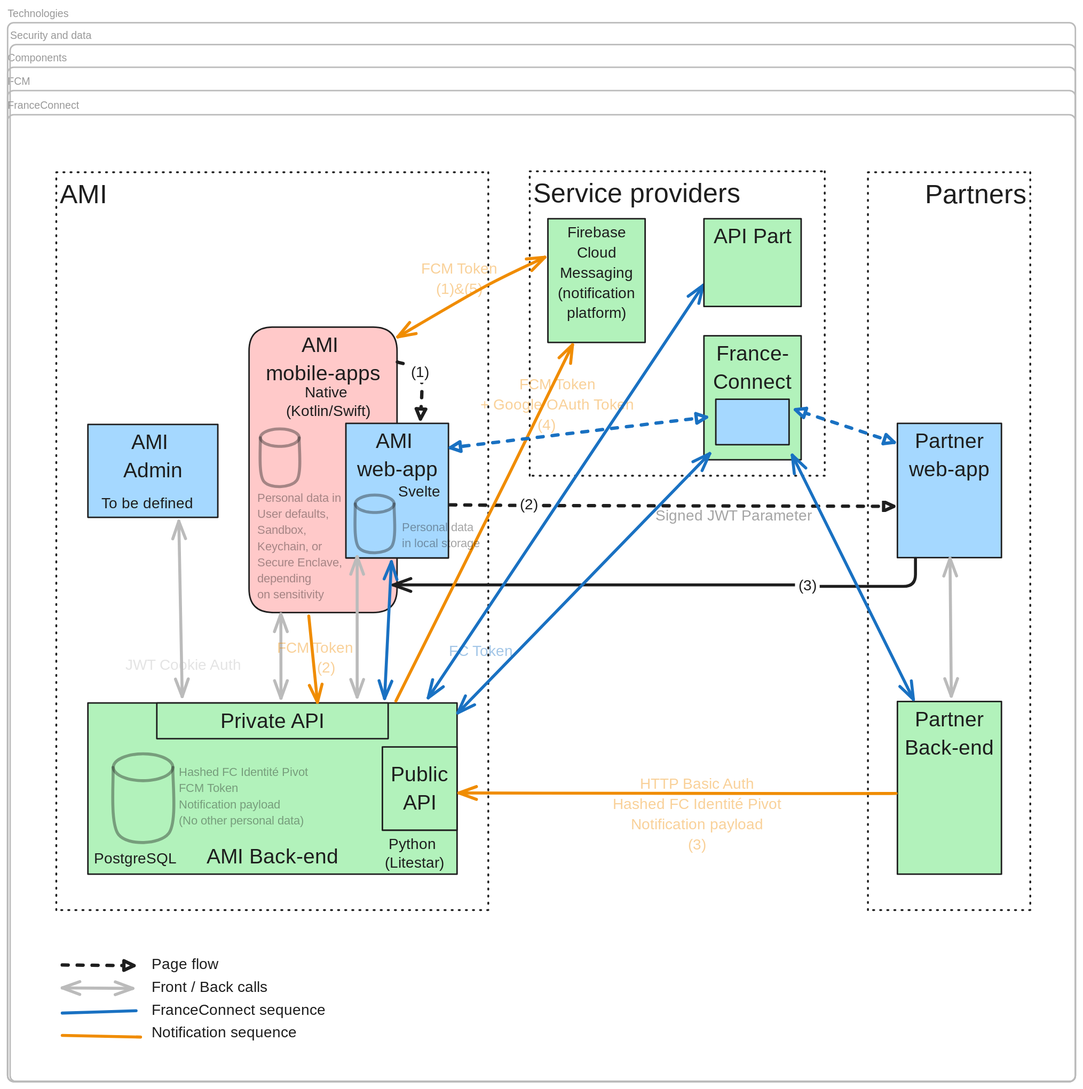
Above: adr/2025-12-08 general architecture.excalidraw.svg in numerique-gouv/ami-notifications-api (Excalidraw), before the change. Source tidied: one line per element, renumbered; positions are measured from the earlier drawing's top-left corner, leaving out a move shared by most shapes.
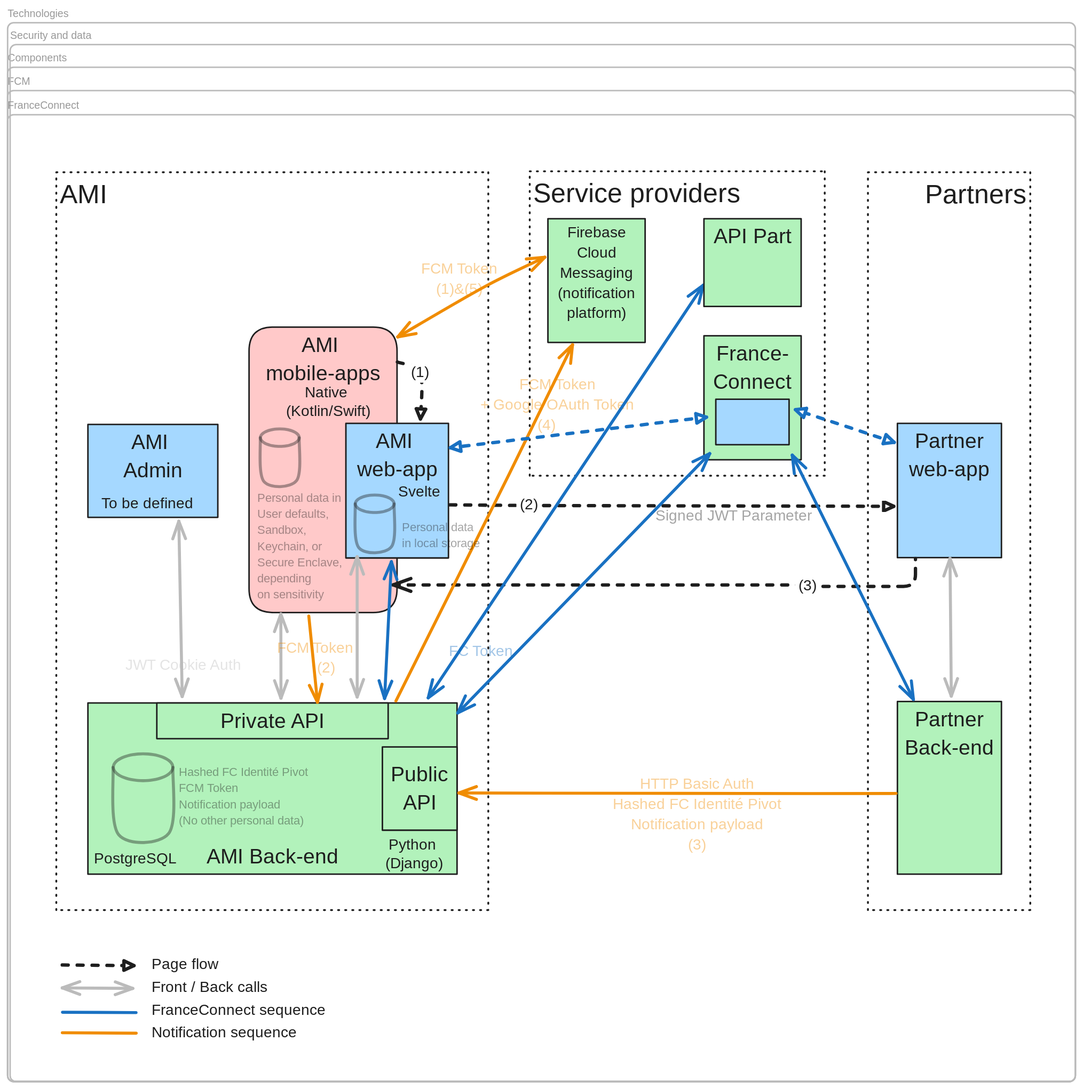
Above is the later version.

Commit message:
Litestar to Django

The edit, as a diff of the source:
```diff
@@ -33,13 +33,13 @@
 {"id": 32, "type": "arrow", "strokeColor": "#bbb", "strokeWidth": 4, "roughness": 0, "startArrowhead": "arrow", "endArrowhead": "arrow", "round": true, "x": 168, "y": 1293, "width": 94, "height": 1, "points": [[0, 0], [-94, -1]]}
 {"id": 33, "type": "arrow", "strokeColor": "#1e1e1e", "strokeWidth": 4, "strokeStyle": "dashed", "roughness": 0, "endArrowhead": "triangle_outline", "x": 73, "y": 1262, "width": 96, "height": 1, "points": [[0, 0], [96, 1]]}
 {"id": 34, "type": "arrow", "strokeColor": "#bbb", "strokeWidth": 4, "roughness": 0, "startArrowhead": "arrow", "endArrowhead": "arrow", "round": true, "x": 468, "y": 715, "width": 0, "height": 188, "points": [[0, 0], [0, 188]]}
-{"id": 35, "type": "arrow", "strokeColor": "#1e1e1e", "strokeWidth": 4, "roughness": 0, "startArrowhead": "arrow", "x": 516, "y": 753, "width": 699, "height": 37, "points": [[0, 0], [554, 0], [554, 2], [699, 2], [699, -35]]}
+{"id": 35, "type": "arrow", "strokeColor": "#1e1e1e", "strokeWidth": 4, "strokeStyle": "dashed", "roughness": 0, "startArrowhead": "arrow", "x": 516, "y": 753, "width": 699, "height": 37, "points": [[0, 0], [554, 0], [554, 2], [699, 2], [699, -35]]}
 {"id": 36, "type": "text", "text": "(3)", "strokeColor": "#1e1e1e", "strokeWidth": 2, "roughness": 1, "fontSize": 20, "fontFamily": 8, "textAlign": "center", "verticalAlign": "middle", "inside": 35, "x": 1183, "y": 789, "width": 33, "height": 25}
 {"id": 37, "type": "text", "text": "Svelte", "strokeColor": "#1e1e1e", "strokeWidth": 2, "roughness": 1, "fontSize": 20, "fontFamily": 8, "textAlign": "center", "x": 518, "y": 617, "width": 66, "height": 25}
 {"id": 38, "type": "text", "text": "To be defined", "strokeColor": "#1e1e1e", "strokeWidth": 2, "roughness": 1, "fontSize": 20, "fontFamily": 8, "x": 126, "y": 633, "width": 143, "height": 25}
 {"id": 39, "type": "frame", "strokeColor": "#bbb", "strokeWidth": 2, "roughness": 0, "x": 0, "y": 0, "width": 1429, "height": 1418}
 {"id": 40, "type": "text", "text": "Native \n(Kotlin/Swift)", "strokeColor": "#1e1e1e", "strokeWidth": 2, "roughness": 1, "fontSize": 20, "fontFamily": 8, "textAlign": "center", "x": 352, "y": 484, "width": 154, "height": 50}
-{"id": 41, "type": "text", "text": "Python \n(Litestar)", "strokeColor": "#1e1e1e", "strokeWidth": 2, "roughness": 1, "fontSize": 20, "fontFamily": 8, "textAlign": "center", "x": 490, "y": 1089, "width": 110, "height": 50}
+{"id": 41, "type": "text", "text": "Python \n(Django)", "strokeColor": "#1e1e1e", "strokeWidth": 2, "roughness": 1, "fontSize": 20, "fontFamily": 8, "textAlign": "center", "x": 500, "y": 1090, "width": 88, "height": 50}
 {"id": 42, "type": "text", "text": "PostgreSQL", "strokeColor": "#1e1e1e", "strokeWidth": 2, "roughness": 1, "fontSize": 20, "fontFamily": 8, "textAlign": "center", "x": 116, "y": 1108, "width": 110, "height": 25}
 {"id": 43, "type": "frame", "strokeColor": "#bbb", "strokeWidth": 2, "roughness": 0, "x": 0, "y": 91, "width": 1429, "height": 1327}
 {"id": 44, "type": "rectangle", "strokeColor": "#1e1e1e", "backgroundColor": "#b2f2bb", "fillStyle": "solid", "strokeWidth": 2, "roughness": 0, "x": 723, "y": 262, "width": 130, "height": 166}
@@ -49,7 +49,7 @@
 {"id": 48, "type": "arrow", "strokeColor": "#f08c00", "strokeWidth": 4, "roughness": 0, "startArrowhead": "arrow", "round": true, "from": 16, "to": 10, "x": 604, "y": 1032, "width": 585, "height": 1, "points": [[0, 0], [466, 1], [585, 1]]}
 {"id": 49, "type": "arrow", "strokeColor": "#f08c00", "strokeWidth": 4, "roughness": 0, "endArrowhead": "arrow", "from": 68, "to": 18, "x": 403, "y": 795, "width": 12, "height": 116, "points": [[0, 0], [12, 116]]}
 {"id": 50, "type": "text", "text": "Notification sequence", "strokeColor": "#1e1e1e", "strokeWidth": 4, "roughness": 0, "fontSize": 20, "fontFamily": 6, "x": 193, "y": 1339, "width": 194, "height": 27}
-{"id": 51, "type": "arrow", "strokeColor": "#f08c00", "strokeWidth": 4, "roughness": 0, "x": 73, "y": 1356, "width": 105, "height": 2, "points": [[0, 0], [105, 2]]}
+{"id": 51, "type": "arrow", "strokeColor": "#f08c00", "strokeWidth": 4, "roughness": 0, "x": 73, "y": 1353, "width": 99, "height": 1, "points": [[0, 0], [99, 1]]}
 {"id": 52, "type": "text", "text": "Signed JWT Parameter", "strokeColor": "#1e1e1e", "strokeWidth": 4, "roughness": 0, "fontSize": 20, "fontFamily": 6, "x": 867, "y": 647, "width": 208, "height": 27}
 {"id": 53, "type": "text", "text": "HTTP Basic Auth\nHashed FC Identité Pivot\nNotification payload\n(3)", "strokeColor": "#f08c00", "strokeWidth": 4, "roughness": 0, "fontSize": 20, "fontFamily": 6, "textAlign": "center", "x": 811, "y": 1006, "width": 224, "height": 108}
 {"id": 54, "type": "text", "text": "FCM Token\n(1)&(5)", "strokeColor": "#f08c00", "strokeWidth": 4, "roughness": 0, "fontSize": 20, "fontFamily": 6, "textAlign": "center", "x": 554, "y": 316, "width": 100, "height": 54}
@@ -68,7 +68,7 @@
 {"id": 67, "type": "line", "strokeColor": "#1e1e1e", "strokeWidth": 4, "roughness": 0, "round": true, "x": 465, "y": 644, "width": 52, "height": 59, "points": [[0, 0], [5, 59], [48, 58], [52, 0]]}
 {"id": 68, "type": "text", "text": "Personal data in\nUser defaults,\nSandbox,\nKeychain, or\nSecure Enclave,\ndepending \non sensitivity", "strokeColor": "#1e1e1e", "strokeWidth": 4, "roughness": 0, "fontSize": 16, "fontFamily": 6, "x": 334, "y": 626, "width": 117, "height": 151}
 {"id": 69, "type": "text", "text": "FranceConnect sequence", "strokeColor": "#1e1e1e", "strokeWidth": 4, "roughness": 0, "fontSize": 20, "fontFamily": 6, "x": 193, "y": 1308, "width": 224, "height": 27}
-{"id": 70, "type": "arrow", "strokeColor": "#1971c2", "strokeWidth": 4, "roughness": 0, "round": true, "x": 172, "y": 1323, "width": 99, "height": 3, "points": [[0, 0], [-99, 3]]}
+{"id": 70, "type": "arrow", "strokeColor": "#1971c2", "strokeWidth": 4, "roughness": 0, "round": true, "x": 172, "y": 1326, "width": 98, "height": 0, "points": [[0, 0], [-98, 0]]}
 {"id": 71, "type": "frame", "strokeColor": "#bbb", "strokeWidth": 2, "roughness": 0, "x": 0, "y": 123, "width": 1429, "height": 1295}
 {"id": 72, "type": "rectangle", "strokeColor": "#1e1e1e", "backgroundColor": "#b2f2bb", "fillStyle": "solid", "strokeWidth": 2, "roughness": 0, "x": 932, "y": 419, "width": 130, "height": 166}
 {"id": 73, "type": "text", "text": "France-\nConnect", "strokeColor": "#1e1e1e", "backgroundColor": "#b2f2bb", "fillStyle": "solid", "strokeWidth": 2, "roughness": 0, "fontSize": 28, "fontFamily": 6, "textAlign": "center", "inside": 72, "x": 945, "y": 424, "width": 104, "height": 76}
```
